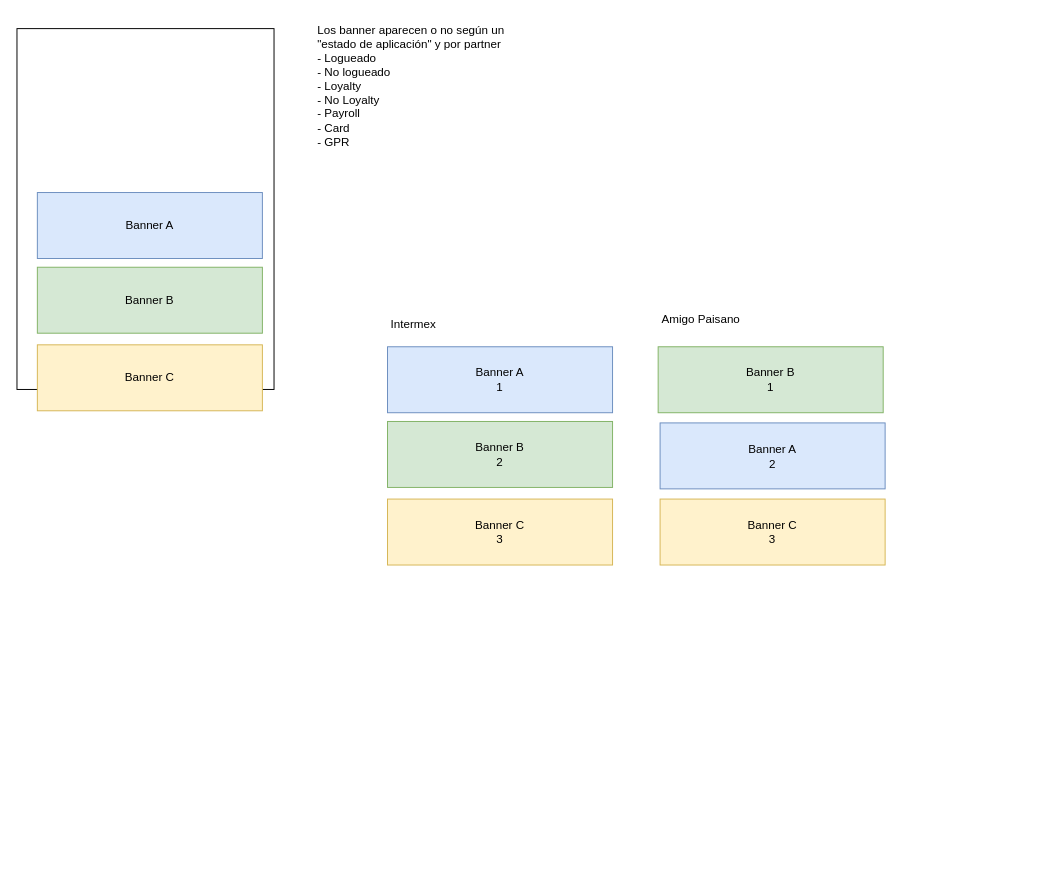
The draw.io diagram Banners.drawio in notariopablomarcelo/intermex, before the edit. Source tidied: cells renumbered, new cells numbered last; positions are measured from the earlier drawing's top-left corner, leaving out a move shared by most shapes. Both pictures are drawn from the tidied source at 97%, with x=0, y=0 at pixel (16, 16).
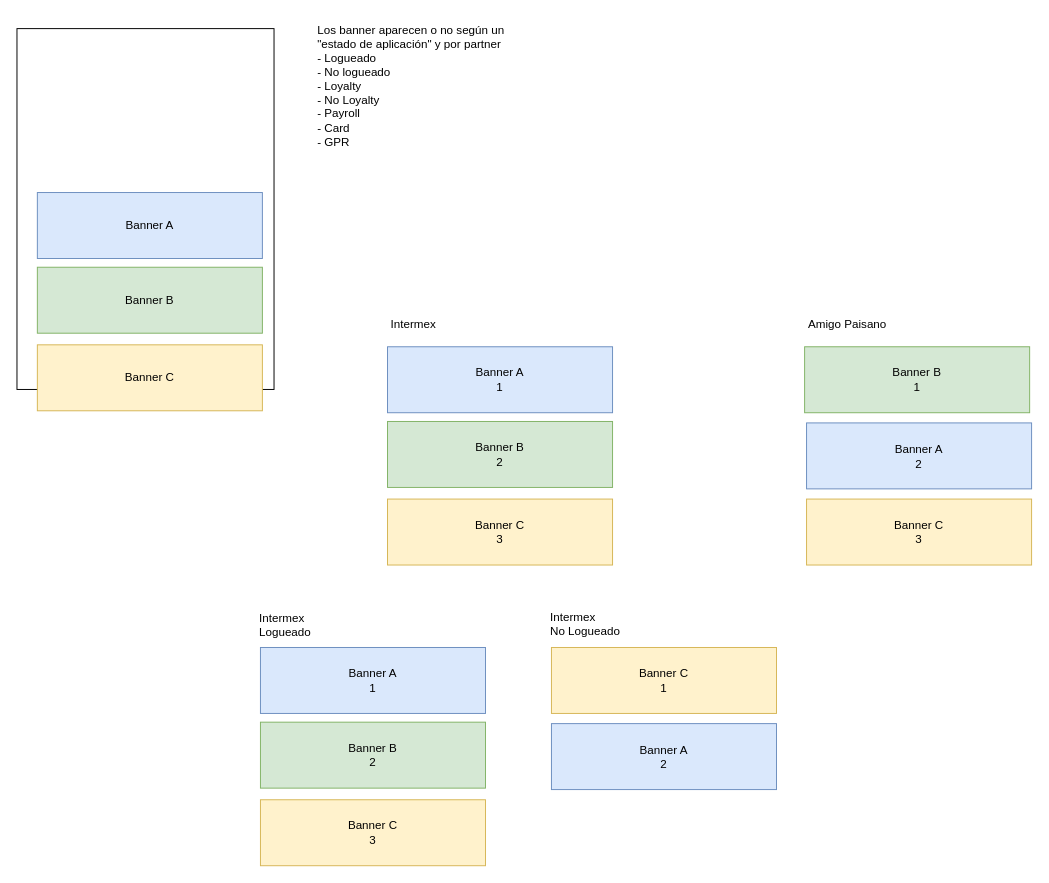
The same diagram, later.

Diff of the diagram source:
```diff
@@
     <mxCell id="13" value="Amigo Paisano" style="text;html=1;strokeColor=none;fillColor=none;align=left;verticalAlign=middle;whiteSpace=wrap;rounded=0;" parent="1" vertex="1">
-      <mxGeometry x="663" y="297" width="177" height="30" as="geometry" />
+      <mxGeometry x="814" y="302" width="177" height="30" as="geometry" />
     </mxCell>
     <mxCell id="14" value="Banner A&lt;br&gt;2" style="rounded=0;whiteSpace=wrap;html=1;fillColor=#dae8fc;strokeColor=#6c8ebf;" parent="1" vertex="1">
-      <mxGeometry x="663" y="418.5" width="232" height="68" as="geometry" />
+      <mxGeometry x="814" y="418.5" width="232" height="68" as="geometry" />
     </mxCell>
     <mxCell id="15" value="Banner B&lt;br&gt;1" style="rounded=0;whiteSpace=wrap;html=1;fillColor=#d5e8d4;strokeColor=#82b366;" parent="1" vertex="1">
-      <mxGeometry x="661" y="340" width="232" height="68" as="geometry" />
+      <mxGeometry x="812" y="340" width="232" height="68" as="geometry" />
     </mxCell>
     <mxCell id="16" value="Banner C&lt;br&gt;3" style="rounded=0;whiteSpace=wrap;html=1;fillColor=#fff2cc;strokeColor=#d6b656;" parent="1" vertex="1">
-      <mxGeometry x="663" y="497" width="232" height="68" as="geometry" />
+      <mxGeometry x="814" y="497" width="232" height="68" as="geometry" />
     </mxCell>
+    <mxCell id="17" style="group;" parent="1" vertex="1">
+      <mxGeometry x="251" y="650" width="232" height="225" as="geometry" />
+    </mxCell>
+    <mxCell id="18" value="Banner A&lt;br&gt;1" style="rounded=0;whiteSpace=wrap;html=1;fillColor=#dae8fc;strokeColor=#6c8ebf;" parent="17" vertex="1">
+      <mxGeometry width="232" height="68" as="geometry" />
+    </mxCell>
+    <mxCell id="19" value="Banner B&lt;br&gt;2" style="rounded=0;whiteSpace=wrap;html=1;fillColor=#d5e8d4;strokeColor=#82b366;" parent="17" vertex="1">
+      <mxGeometry y="77" width="232" height="68" as="geometry" />
+    </mxCell>
+    <mxCell id="20" value="Banner C&lt;br&gt;3" style="rounded=0;whiteSpace=wrap;html=1;fillColor=#fff2cc;strokeColor=#d6b656;" parent="17" vertex="1">
+      <mxGeometry y="157" width="232" height="68" as="geometry" />
+    </mxCell>
+    <mxCell id="21" value="Intermex&lt;br&gt;Logueado" style="text;html=1;strokeColor=none;fillColor=none;align=left;verticalAlign=middle;whiteSpace=wrap;rounded=0;" parent="1" vertex="1">
+      <mxGeometry x="248" y="612" width="60" height="30" as="geometry" />
+    </mxCell>
+    <mxCell id="22" value="Intermex&lt;br&gt;No Logueado" style="text;html=1;strokeColor=none;fillColor=none;align=left;verticalAlign=middle;whiteSpace=wrap;rounded=0;" parent="1" vertex="1">
+      <mxGeometry x="548" y="611" width="158" height="30" as="geometry" />
+    </mxCell>
+    <mxCell id="23" value="Banner A&lt;br&gt;2" style="rounded=0;whiteSpace=wrap;html=1;fillColor=#dae8fc;strokeColor=#6c8ebf;" parent="1" vertex="1">
+      <mxGeometry x="551" y="728.5" width="232" height="68" as="geometry" />
+    </mxCell>
+    <mxCell id="24" value="Banner C&lt;br&gt;1" style="rounded=0;whiteSpace=wrap;html=1;fillColor=#fff2cc;strokeColor=#d6b656;" parent="1" vertex="1">
+      <mxGeometry x="551" y="650" width="232" height="68" as="geometry" />
+    </mxCell>
```
